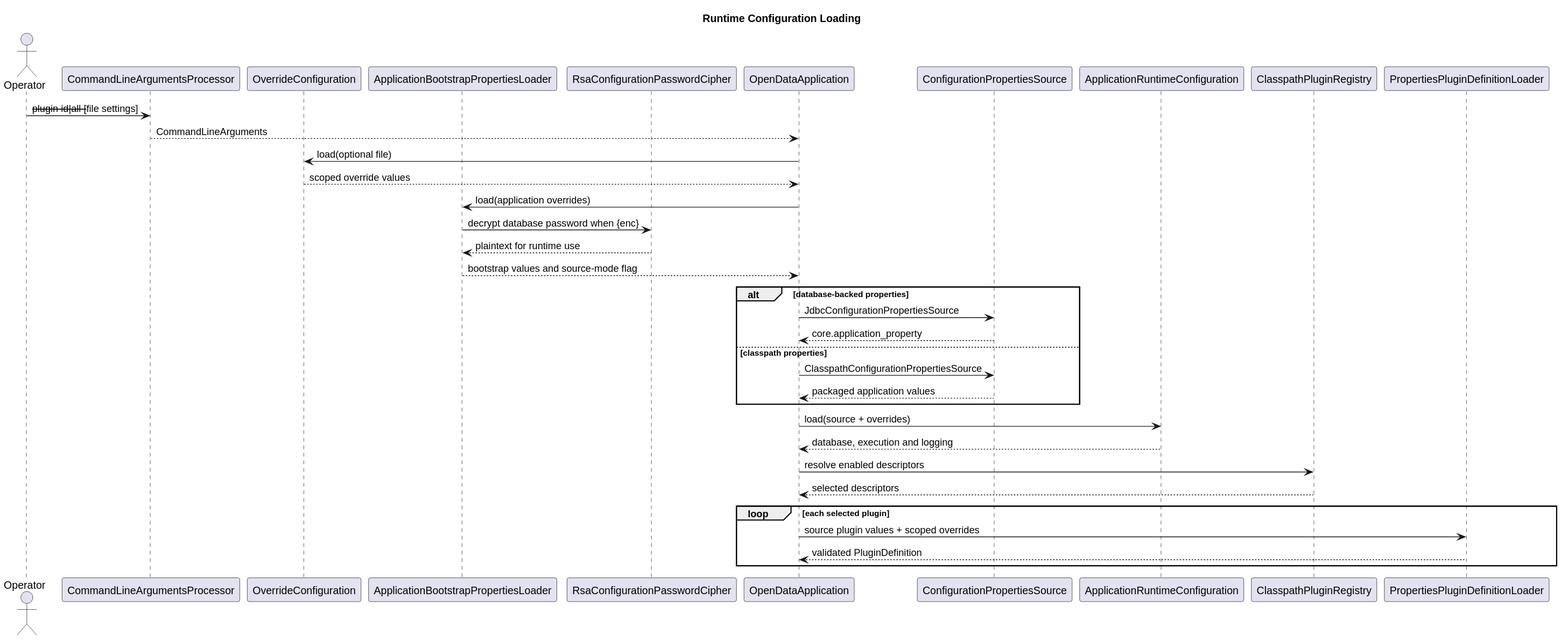
Above: docs/diagrams/generated/configuration-loading-sequence.svg in TerryCurranZellis/OpenData (PlantUML), before the change. Its source is kept beside it as docs/diagrams/source/configuration-loading-sequence.puml.
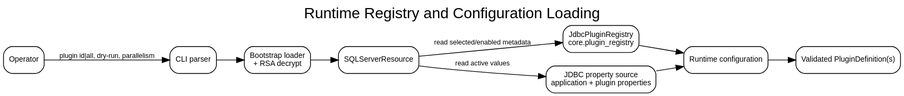
After the commit.

What changed in the source:
```diff
@@ -1,37 +1,27 @@
 @startuml
-title Runtime Configuration Loading
+title Runtime Registry and Configuration Loading
 actor Operator
 participant CommandLineArgumentsProcessor as CLI
-participant OverrideConfiguration as Override
 participant ApplicationBootstrapPropertiesLoader as Bootstrap
 participant RsaConfigurationPasswordCipher as Cipher
-participant OpenDataApplication as Application
-participant ConfigurationPropertiesSource as Source
+participant SQLServerResource as SQL
+participant JdbcPluginRegistry as Registry
+participant JdbcConfigurationPropertiesSource as Properties
 participant ApplicationRuntimeConfiguration as Runtime
-participant ClasspathPluginRegistry as Registry
 participant PropertiesPluginDefinitionLoader as Loader
 
-Operator -> CLI : --plugin id|all [--file settings]
-CLI --> Application : CommandLineArguments
-Application -> Override : load(optional file)
-Override --> Application : scoped override values
-Application -> Bootstrap : load(application overrides)
-Bootstrap -> Cipher : decrypt database password when {enc}
-Cipher --> Bootstrap : plaintext for runtime use
-Bootstrap --> Application : bootstrap values and source-mode flag
-alt database-backed properties
-  Application -> Source : JdbcConfigurationPropertiesSource
-  Source --> Application : core.application_property
-else classpath properties
-  Application -> Source : ClasspathConfigurationPropertiesSource
-  Source --> Application : packaged application values
-end
-Application -> Runtime : load(source + overrides)
-Runtime --> Application : database, execution and logging
-Application -> Registry : resolve enabled descriptors
-Registry --> Application : selected descriptors
+Operator -> CLI : --plugin id|all [--dry-run] [--parallelism n]
+CLI --> Bootstrap : validated run request
+Bootstrap -> Cipher : decrypt {enc} password
+Cipher --> Bootstrap : runtime password
+Bootstrap -> SQL : initialise registry/configuration connection
+SQL --> Registry : database resource
+Registry -> SQL : SELECT core.plugin_registry
+Registry --> Runtime : enabled selected descriptors
+Properties -> SQL : SELECT application/plugin properties
+Properties --> Runtime : runtime values
 loop each selected plugin
-  Application -> Loader : source plugin values + scoped overrides
-  Loader --> Application : validated PluginDefinition
+  Runtime -> Loader : stored plugin properties
+  Loader --> Runtime : validated PluginDefinition
 end
 @enduml
```
